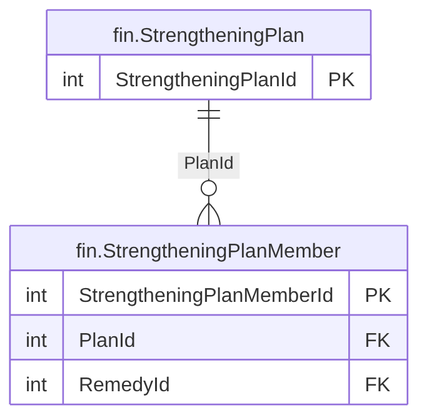
Earlier version of the Mermaid export treasury-platform/docs/diagrams/erd/m5_financials_13.png (thawrasy/smartlines). Its source is kept beside it as treasury-platform/docs/diagrams/erd/m5_financials_13.mmd.
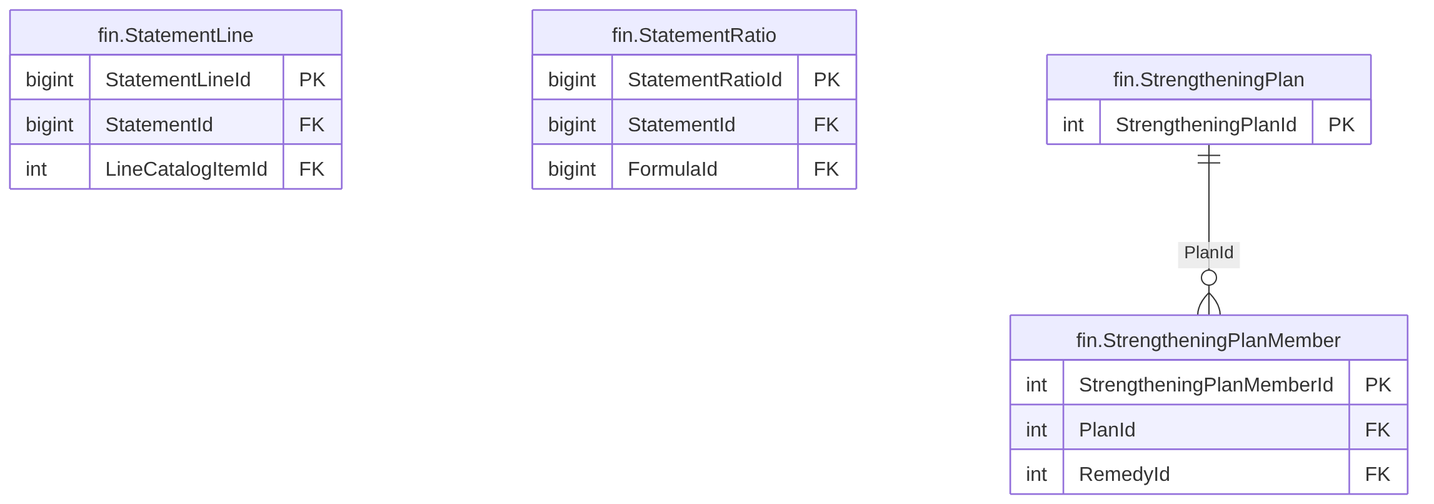
The same file after the commit.

What changed in the source:
```diff
@@ -1,4 +1,14 @@
 erDiagram
+  fin_StatementLine["fin.StatementLine"] {
+    bigint StatementLineId PK
+    bigint StatementId FK
+    int LineCatalogItemId FK
+  }
+  fin_StatementRatio["fin.StatementRatio"] {
+    bigint StatementRatioId PK
+    bigint StatementId FK
+    bigint FormulaId FK
+  }
   fin_StrengtheningPlan["fin.StrengtheningPlan"] {
     int StrengtheningPlanId PK
   }
```
